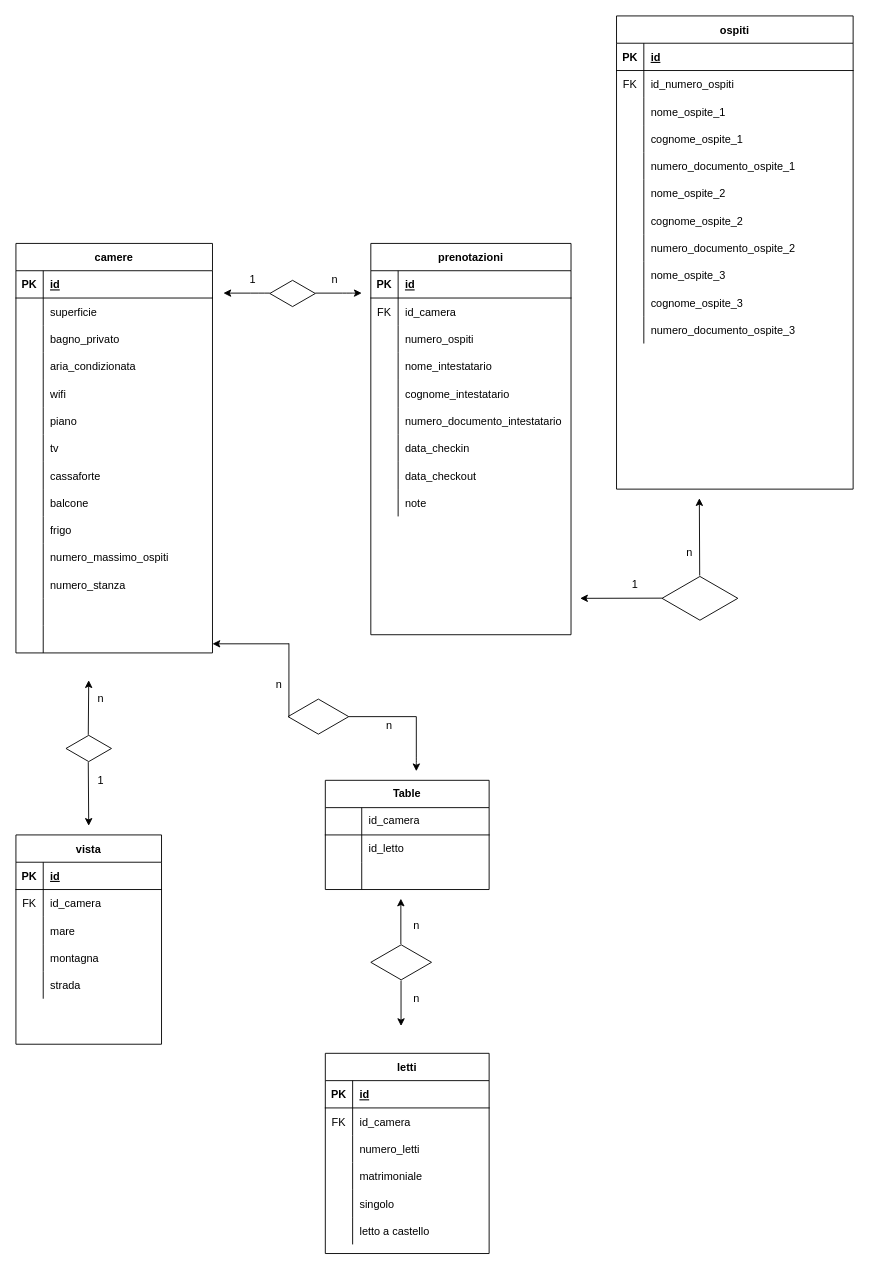
ManfrediMauroMarrone/db-first keeps this draw.io diagram as schema_er.drawio. Above is the earlier version. Source tidied: cells renumbered, new cells numbered last; positions are measured from the earlier drawing's top-left corner, leaving out a move shared by most shapes. Both pictures are drawn from the tidied source at 91%, with x=0, y=0 at pixel (15, 15).
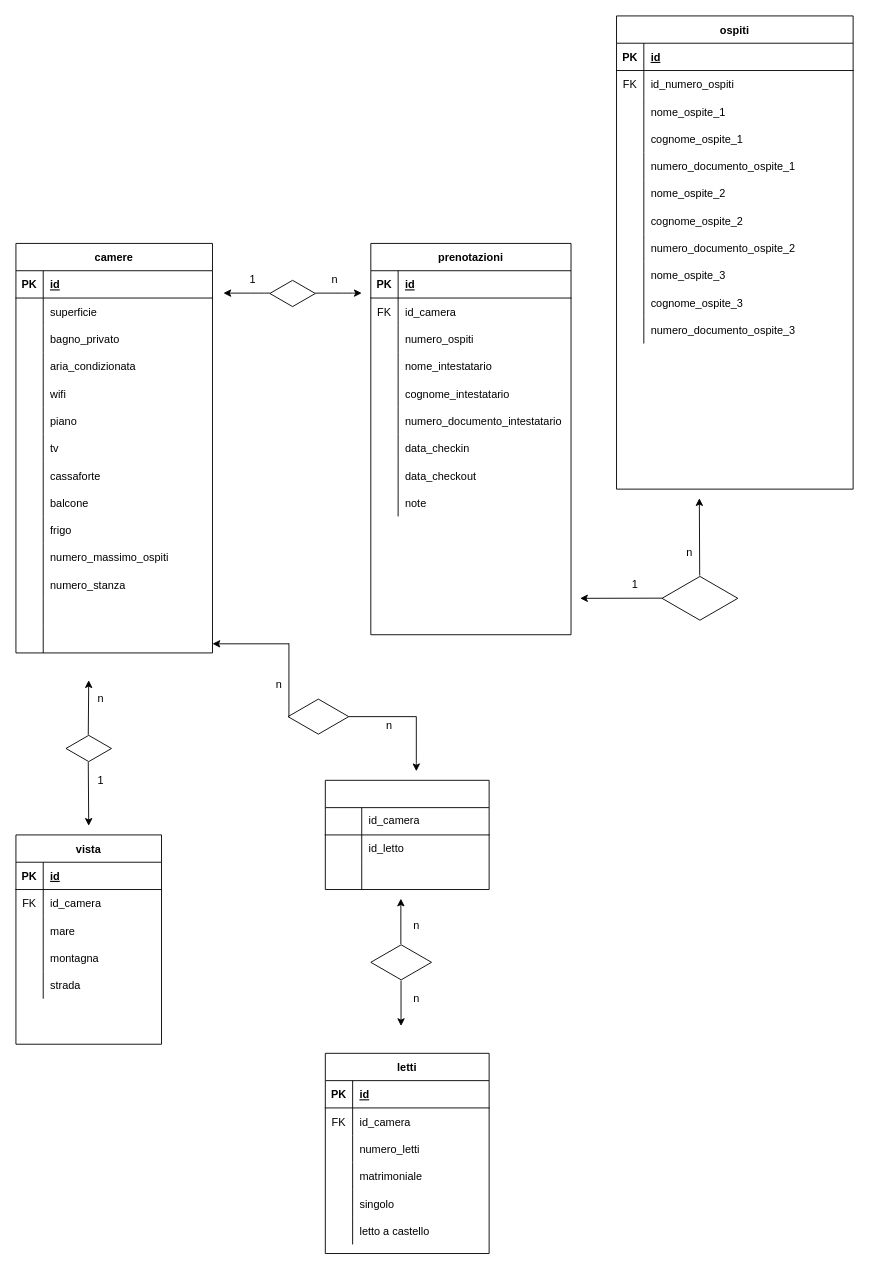
After the change.

Commit message (it also covers changes not shown here):
inserito pdf schema

The edit, as a diff of the source:
```diff
@@
-    <mxCell id="164" value="Table" style="shape=table;html=1;whiteSpace=wrap;startSize=30;childLayout=tableLayout;rowLines=0;fontStyle=1;align=center;" parent="1" vertex="1">
+    <mxCell id="164" style="shape=table;html=1;whiteSpace=wrap;startSize=30;childLayout=tableLayout;rowLines=0;fontStyle=1;align=center;" parent="1" vertex="1">
       <mxGeometry x="340" y="840" width="180" height="120" as="geometry" />
     </mxCell>
```
